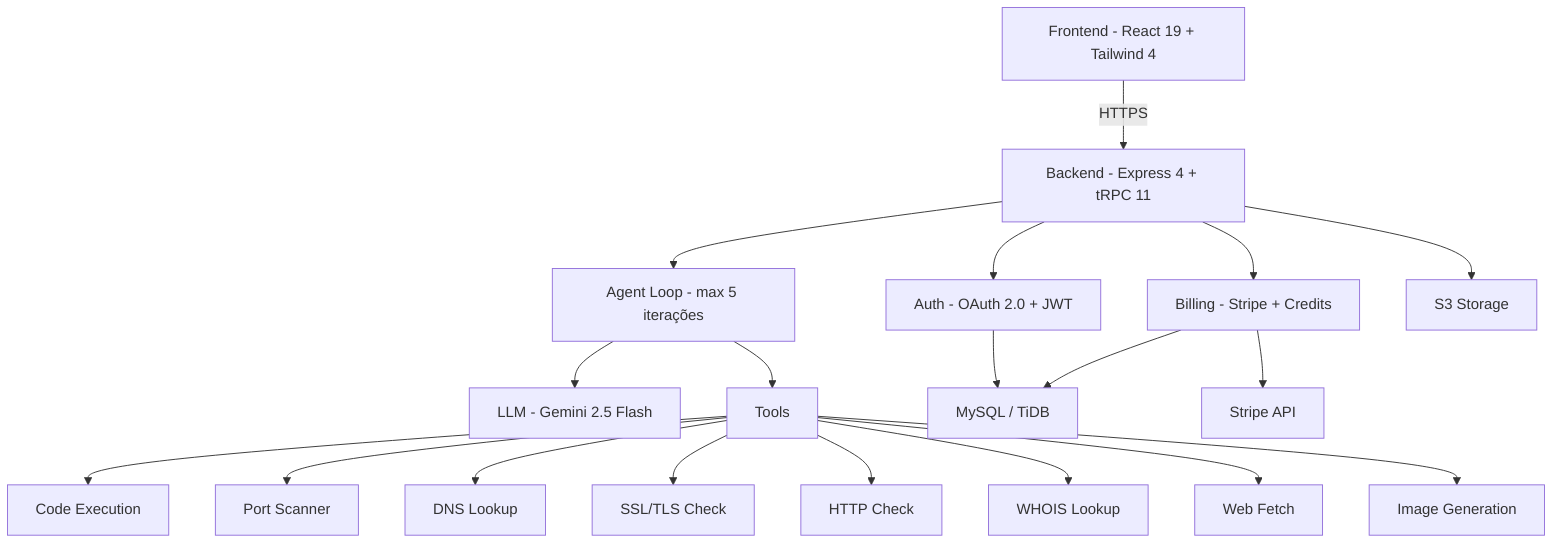
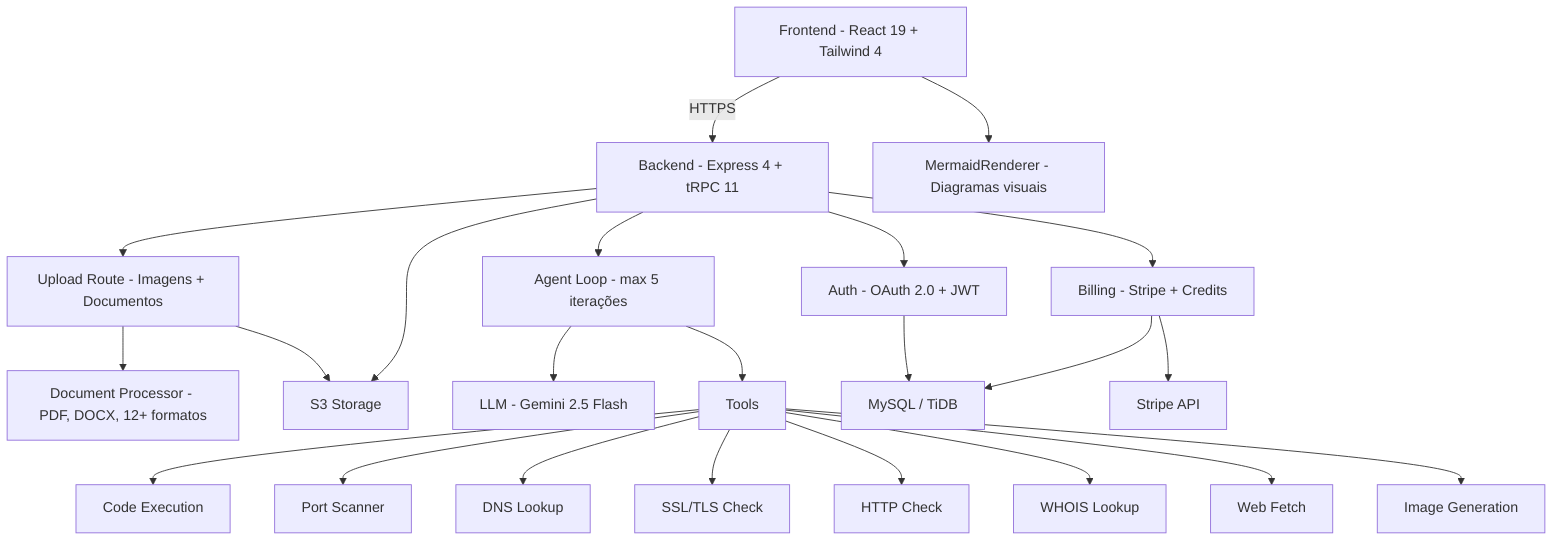
graph TB
    A["Frontend - React 19 + Tailwind 4"] -->|"HTTPS"| B["Backend - Express 4 + tRPC 11"]
+     A --> MR["MermaidRenderer - Diagramas visuais"]
    B --> C["Auth - OAuth 2.0 + JWT"]
    B --> D["Billing - Stripe + Credits"]
    B --> E["Agent Loop - max 5 iterações"]
+     B --> UP["Upload Route - Imagens + Documentos"]
+     UP --> DP["Document Processor - PDF, DOCX, 12+ formatos"]
+     UP --> J["S3 Storage"]
    E --> F["LLM - Gemini 2.5 Flash"]
    E --> G["Tools"]
    G --> G1["Code Execution"]
    G --> G2["Port Scanner"]
    G --> G3["DNS Lookup"]
    G --> G4["SSL/TLS Check"]
    G --> G5["HTTP Check"]
    G --> G6["WHOIS Lookup"]
    G --> G7["Web Fetch"]
    G --> G8["Image Generation"]
    C --> H["MySQL / TiDB"]
    D --> H
    D --> I["Stripe API"]
-     B --> J["S3 Storage"]
+     B --> J
